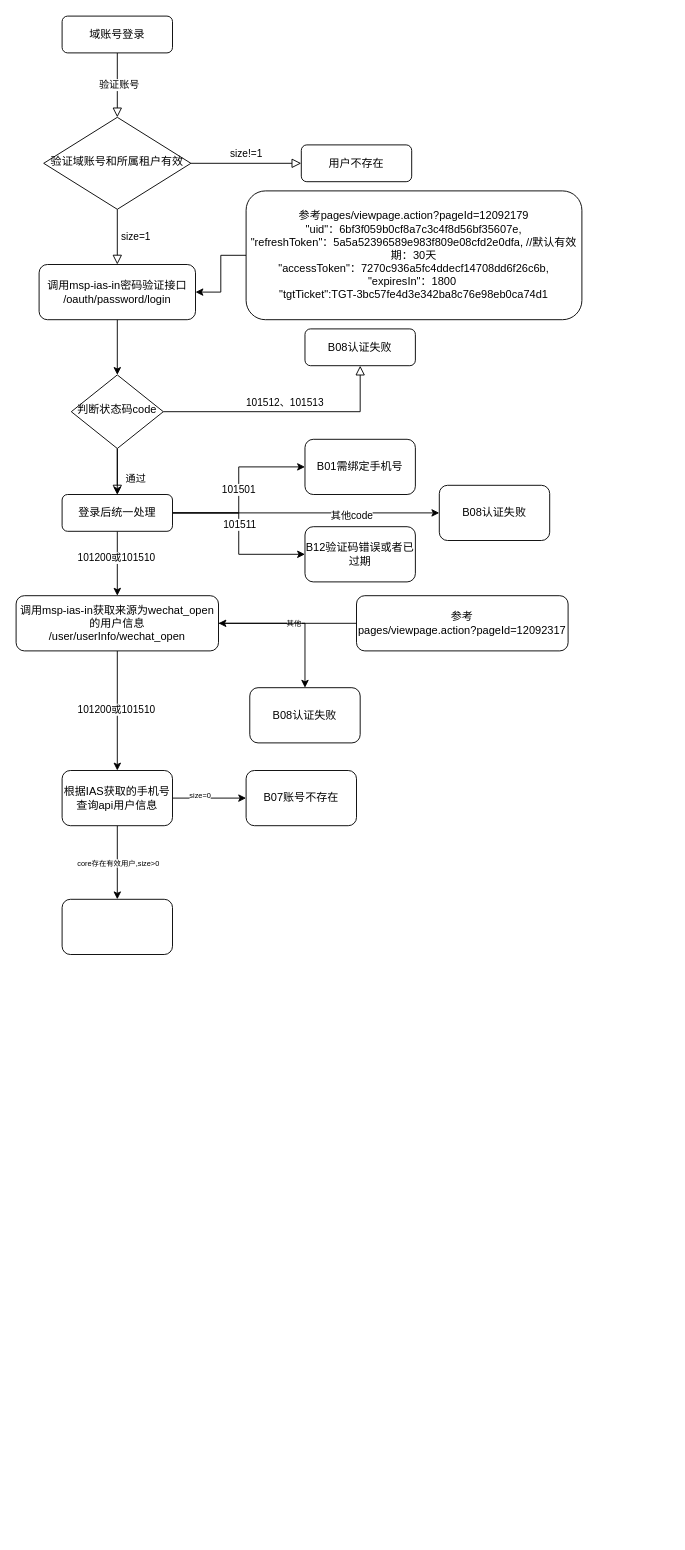
The draw.io diagram 未命名绘图.drawio in rainerpiao/cloud-computing, before the edit. Source tidied: cells renumbered, new cells numbered last; positions are measured from the earlier drawing's top-left corner, leaving out a move shared by most shapes. Both pictures are drawn from the tidied source at 92%, with x=0, y=0 at pixel (16, 16).
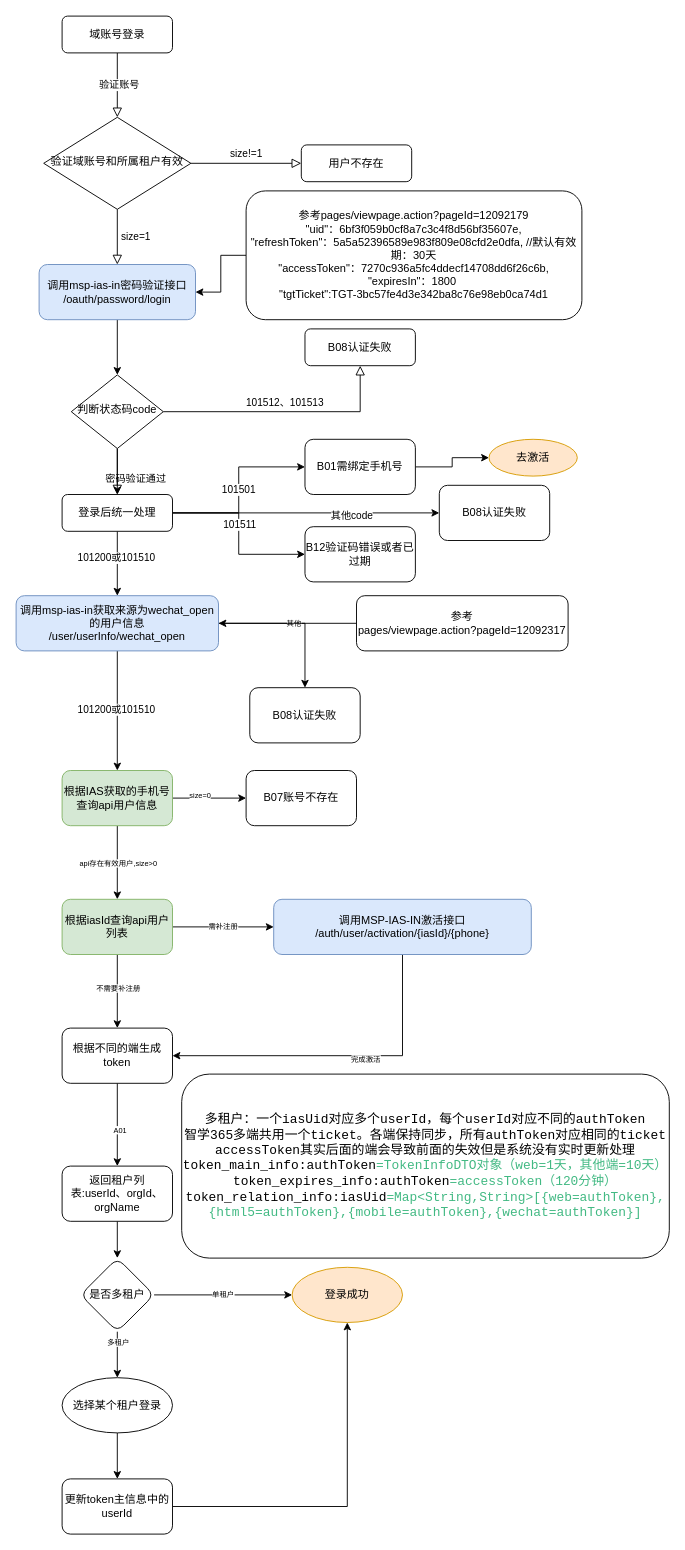
The same page after the edit.

Commit message:
更新未命名绘图.drawio

The change refers to these unchanged cells:
```xml
<mxCell id="12" value="判断状态码code" style="rhombus;whiteSpace=wrap;html=1;shadow=0;fontFamily=Helvetica;fontSize=12;align=center;strokeWidth=1;spacing=6;spacingTop=-4;" parent="1" vertex="1">
  <mxGeometry x="60" y="390" width="100" height="80" as="geometry" />
</mxCell>
<mxCell id="20" value="登录后统一处理" style="rounded=1;whiteSpace=wrap;html=1;fontSize=12;glass=0;strokeWidth=1;shadow=0;" parent="1" vertex="1">
  <mxGeometry x="50" y="520" width="120" height="40" as="geometry" />
</mxCell>
<mxCell id="24" value="B01需绑定手机号" style="whiteSpace=wrap;html=1;rounded=1;glass=0;strokeWidth=1;shadow=0;" parent="1" vertex="1">
  <mxGeometry x="314" y="460" width="120" height="60" as="geometry" />
</mxCell>
<mxCell id="37" style="edgeStyle=orthogonalEdgeStyle;rounded=0;jettySize=auto;html=1;fontSize=8;" parent="1" edge="1" source="39" target="42">
  <mxGeometry relative="1" as="geometry" />
</mxCell>
```

The edit, as a diff of the source:
```diff
@@
-    <mxCell id="9" value="通过" style="rounded=0;html=1;jettySize=auto;fontSize=11;endArrow=block;endFill=0;endSize=8;strokeWidth=1;shadow=0;labelBackgroundColor=none;edgeStyle=orthogonalEdgeStyle;" parent="1" edge="1" source="12" target="20">
+    <mxCell id="9" value="密码验证通过" style="rounded=0;html=1;jettySize=auto;fontSize=11;endArrow=block;endFill=0;endSize=8;strokeWidth=1;shadow=0;labelBackgroundColor=none;edgeStyle=orthogonalEdgeStyle;" parent="1" edge="1" source="12" target="20">
       <mxGeometry x="0.33" y="20" relative="1" as="geometry" />
     </mxCell>
@@
-    <mxCell id="23" value="调用msp-ias-in密码验证接口&lt;br&gt;/oauth/password/login" style="rounded=1;whiteSpace=wrap;html=1;" parent="1" vertex="1">
+    <mxCell id="23" value="调用msp-ias-in密码验证接口&lt;br&gt;/oauth/password/login" style="rounded=1;whiteSpace=wrap;html=1;fillColor=#dae8fc;strokeColor=#6c8ebf;" parent="1" vertex="1">
       <mxGeometry x="25" y="270" width="170" height="60" as="geometry" />
     </mxCell>
+    <mxCell id="43" style="edgeStyle=orthogonalEdgeStyle;rounded=0;jettySize=auto;html=1;fontSize=8;" parent="1" edge="1" source="24" target="53">
+      <mxGeometry relative="1" as="geometry" />
+    </mxCell>
@@
-    <mxCell id="29" value="调用msp-ias-in获取来源为wechat_open的用户信息&lt;br&gt;/user/userInfo/wechat_open" style="whiteSpace=wrap;html=1;rounded=1;glass=0;strokeWidth=1;shadow=0;" parent="1" vertex="1">
+    <mxCell id="29" value="调用msp-ias-in获取来源为wechat_open的用户信息&lt;br&gt;/user/userInfo/wechat_open" style="whiteSpace=wrap;html=1;rounded=1;glass=0;strokeWidth=1;shadow=0;fillColor=#dae8fc;strokeColor=#6c8ebf;" parent="1" vertex="1">
       <mxGeometry y="630" width="220" height="60" as="geometry" />
     </mxCell>
@@
-    <mxCell id="38" value="core存在有效用户,size&amp;gt;0" style="edgeLabel;html=1;align=center;verticalAlign=middle;fontSize=8;" parent="37" vertex="1">
+    <mxCell id="38" value="api存在有效用户,size&amp;gt;0" style="edgeLabel;html=1;align=center;verticalAlign=middle;fontSize=8;" parent="37" vertex="1">
       <mxGeometry x="0.01" relative="1" as="geometry" />
     </mxCell>
-    <mxCell id="39" value="根据IAS获取的手机号&lt;br&gt;查询api用户信息" style="whiteSpace=wrap;html=1;rounded=1;glass=0;strokeWidth=1;shadow=0;" parent="1" vertex="1">
+    <mxCell id="39" value="根据IAS获取的手机号&lt;br&gt;查询api用户信息" style="whiteSpace=wrap;html=1;rounded=1;glass=0;strokeWidth=1;shadow=0;fillColor=#d5e8d4;strokeColor=#82b366;" parent="1" vertex="1">
       <mxGeometry x="50" y="820" width="120" height="60" as="geometry" />
     </mxCell>
@@
+    <mxCell id="44" style="edgeStyle=orthogonalEdgeStyle;rounded=0;jettySize=auto;html=1;fontSize=8;" parent="1" edge="1" source="42" target="49">
+      <mxGeometry relative="1" as="geometry" />
+    </mxCell>
+    <mxCell id="45" value="不需要补注册" style="edgeLabel;html=1;align=center;verticalAlign=middle;fontSize=8;" parent="44" vertex="1">
+      <mxGeometry x="-0.1" relative="1" as="geometry" />
+    </mxCell>
+    <mxCell id="46" value="需补注册" style="edgeStyle=orthogonalEdgeStyle;rounded=0;jettySize=auto;html=1;fontSize=8;" parent="1" edge="1" source="42" target="52">
+      <mxGeometry relative="1" as="geometry" />
+    </mxCell>
-    <mxCell id="42" style="whiteSpace=wrap;html=1;rounded=1;glass=0;strokeWidth=1;shadow=0;" parent="1" vertex="1">
+    <mxCell id="42" value="根据iasId查询api用户列表" style="whiteSpace=wrap;html=1;rounded=1;glass=0;strokeWidth=1;shadow=0;fillColor=#d5e8d4;strokeColor=#82b366;" parent="1" vertex="1">
       <mxGeometry x="50" y="960" width="120" height="60" as="geometry" />
     </mxCell>
+    <mxCell id="47" style="edgeStyle=orthogonalEdgeStyle;rounded=0;jettySize=auto;html=1;fontSize=8;" parent="1" edge="1" source="49" target="57">
+      <mxGeometry relative="1" as="geometry" />
+    </mxCell>
+    <mxCell id="48" value="A01" style="edgeLabel;html=1;align=center;verticalAlign=middle;fontSize=8;" parent="47" vertex="1">
+      <mxGeometry x="0.1" y="2" relative="1" as="geometry" />
+    </mxCell>
+    <mxCell id="49" value="根据不同的端生成token" style="whiteSpace=wrap;html=1;rounded=1;glass=0;strokeWidth=1;shadow=0;" parent="1" vertex="1">
+      <mxGeometry x="50" y="1100" width="120" height="60" as="geometry" />
+    </mxCell>
+    <mxCell id="50" style="edgeStyle=orthogonalEdgeStyle;rounded=0;jettySize=auto;html=1;entryX=1;entryY=0.5;entryDx=0;entryDy=0;fontSize=8;exitX=0.5;exitY=1;exitDx=0;exitDy=0;" parent="1" edge="1" source="52" target="49">
+      <mxGeometry relative="1" as="geometry" />
+    </mxCell>
+    <mxCell id="51" value="完成激活" style="edgeLabel;html=1;align=center;verticalAlign=middle;fontSize=8;" parent="50" vertex="1">
+      <mxGeometry x="-0.16" y="3" relative="1" as="geometry" />
+    </mxCell>
+    <mxCell id="52" value="调用MSP-IAS-IN激活接口&lt;br&gt;/auth/user/activation/{iasId}/{phone}" style="whiteSpace=wrap;html=1;rounded=1;glass=0;strokeWidth=1;shadow=0;fillColor=#dae8fc;strokeColor=#6c8ebf;" parent="1" vertex="1">
+      <mxGeometry x="280" y="960" width="280" height="60" as="geometry" />
+    </mxCell>
+    <mxCell id="53" value="去激活" style="ellipse;whiteSpace=wrap;html=1;rounded=1;glass=0;strokeWidth=1;shadow=0;fillColor=#ffe6cc;strokeColor=#d79b00;" parent="1" vertex="1">
+      <mxGeometry x="514" y="460" width="96" height="40" as="geometry" />
+    </mxCell>
+    <mxCell id="54" style="edgeStyle=orthogonalEdgeStyle;rounded=0;jettySize=auto;html=1;fontSize=8;exitX=0.5;exitY=1;exitDx=0;exitDy=0;" parent="1" edge="1" source="63" target="59">
+      <mxGeometry relative="1" as="geometry" />
+    </mxCell>
+    <mxCell id="55" value="多租户" style="edgeLabel;html=1;align=center;verticalAlign=middle;fontSize=8;" parent="54" vertex="1">
+      <mxGeometry x="-0.55" relative="1" as="geometry" />
+    </mxCell>
+    <mxCell id="56" style="edgeStyle=orthogonalEdgeStyle;rounded=0;jettySize=auto;html=1;fontSize=8;" parent="1" edge="1" source="57" target="63">
+      <mxGeometry relative="1" as="geometry" />
+    </mxCell>
+    <mxCell id="57" value="返回租户列表:userId、orgId、orgName" style="whiteSpace=wrap;html=1;rounded=1;glass=0;strokeWidth=1;shadow=0;" parent="1" vertex="1">
+      <mxGeometry x="50" y="1250" width="120" height="60" as="geometry" />
+    </mxCell>
+    <mxCell id="58" style="edgeStyle=orthogonalEdgeStyle;rounded=0;jettySize=auto;html=1;fontSize=8;" parent="1" edge="1" source="59" target="61">
+      <mxGeometry relative="1" as="geometry" />
+    </mxCell>
+    <mxCell id="59" value="选择某个租户登录" style="ellipse;whiteSpace=wrap;html=1;rounded=1;glass=0;strokeWidth=1;shadow=0;" parent="1" vertex="1">
+      <mxGeometry x="50" y="1480" width="120" height="60" as="geometry" />
+    </mxCell>
+    <mxCell id="60" style="edgeStyle=orthogonalEdgeStyle;rounded=0;jettySize=auto;html=1;entryX=0.5;entryY=1;entryDx=0;entryDy=0;fontSize=8;" parent="1" edge="1" source="61" target="64">
+      <mxGeometry relative="1" as="geometry" />
+    </mxCell>
+    <mxCell id="61" value="更新token主信息中的&lt;br&gt;userId" style="whiteSpace=wrap;html=1;rounded=1;glass=0;strokeWidth=1;shadow=0;" parent="1" vertex="1">
+      <mxGeometry x="50" y="1590" width="120" height="60" as="geometry" />
+    </mxCell>
+    <mxCell id="62" value="单租户" style="edgeStyle=orthogonalEdgeStyle;rounded=0;jettySize=auto;html=1;fontSize=8;" parent="1" edge="1" source="63" target="64">
+      <mxGeometry relative="1" as="geometry" />
+    </mxCell>
+    <mxCell id="63" value="是否多租户" style="rhombus;whiteSpace=wrap;html=1;rounded=1;glass=0;strokeWidth=1;shadow=0;" parent="1" vertex="1">
+      <mxGeometry x="70" y="1350" width="80" height="80" as="geometry" />
+    </mxCell>
+    <mxCell id="64" value="登录成功" style="ellipse;whiteSpace=wrap;html=1;rounded=1;glass=0;strokeWidth=1;shadow=0;fillColor=#ffe6cc;strokeColor=#d79b00;" parent="1" vertex="1">
+      <mxGeometry x="300" y="1360" width="120" height="60" as="geometry" />
+    </mxCell>
+    <mxCell id="65" value="&lt;span style=&quot;font-family: Consolas, Menlo, Courier, monospace; font-size: 14px; text-align: start; background-color: rgb(255, 255, 255);&quot;&gt;多租户：一个iasUid对应&lt;/span&gt;&lt;span style=&quot;font-family: Consolas, Menlo, Courier, monospace; font-size: 14px; text-align: start; background-color: rgb(255, 255, 255);&quot;&gt;多个userId&lt;/span&gt;&lt;span style=&quot;font-family: Consolas, Menlo, Courier, monospace; font-size: 14px; text-align: start; background-color: rgb(255, 255, 255);&quot;&gt;，每个userId对应不同的authToken&lt;br&gt;智学365多端共用一个ticket。各端保持同步，所有authToken对应相同的ticket&lt;br&gt;accessToken其实后面的端会导致前面的失效但是系统没有实时更新处理&lt;br&gt;token_main_info:authToken&lt;/span&gt;&lt;span style=&quot;font-family: Consolas, Menlo, Courier, monospace; font-size: 14px; text-align: start; background-color: rgb(255, 255, 255);&quot;&gt;&lt;font color=&quot;#42b983&quot;&gt;=TokenInfoDTO对象（web=1天，其他端=10天）&lt;/font&gt;&lt;br&gt;token_expires_info:authToken&lt;/span&gt;&lt;span style=&quot;font-family: Consolas, Menlo, Courier, monospace; font-size: 14px; text-align: start; background-color: rgb(255, 255, 255);&quot;&gt;&lt;font color=&quot;#42b983&quot;&gt;=accessToken（120分钟）&lt;/font&gt;&lt;br&gt;token_relation_info:iasUid&lt;/span&gt;&lt;span style=&quot;color: rgb(66, 185, 131); font-family: Consolas, Menlo, Courier, monospace; font-size: 14px; text-align: start; background-color: rgb(255, 255, 255);&quot;&gt;=Map&amp;lt;String,String&amp;gt;[{web=authToken},{html5=authToken},{mobile=authToken},{wechat=authToken}]&lt;br&gt;&lt;/span&gt;" style="rounded=1;whiteSpace=wrap;html=1;fontSize=8;" parent="1" vertex="1">
+      <mxGeometry x="180" y="1150" width="530" height="200" as="geometry" />
+    </mxCell>
```
